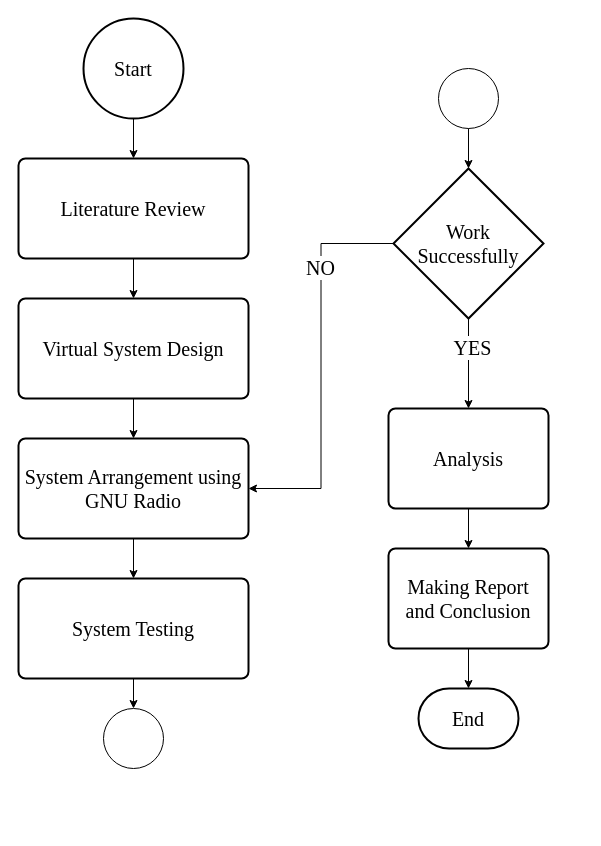
Above: page "Scheme" (2 of 3) of OFDM.drawio in troders34/research (draw.io), before the change. Source tidied: cells renumbered, new cells numbered last; positions are measured from the earlier drawing's top-left corner, leaving out a move shared by most shapes. Both pictures are drawn from the tidied source at 100%, with x=0, y=0 at pixel (18, 18).
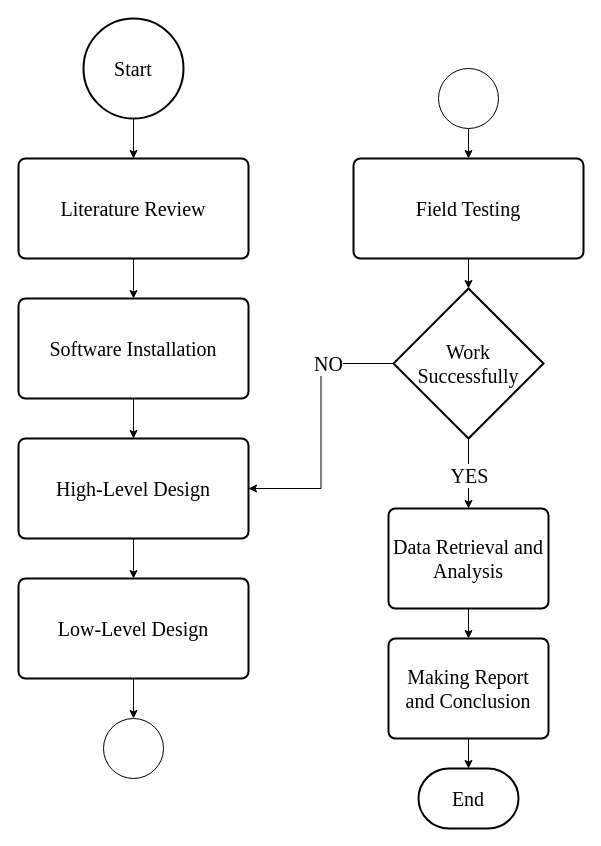
Above is the later version.

Unchanged cells that the change refers to:
```xml
<mxCell id="6" value="Literature Review" style="rounded=1;whiteSpace=wrap;html=1;absoluteArcSize=1;arcSize=14;strokeWidth=2;fontFamily=Times New Roman;fontSize=20;" parent="1" vertex="1">
  <mxGeometry y="140" width="230" height="100" as="geometry" />
</mxCell>
<mxCell id="14" style="edgeStyle=orthogonalEdgeStyle;rounded=0;jettySize=auto;html=1;exitX=0.5;exitY=1;exitDx=0;exitDy=0;exitPerimeter=0;entryX=0.5;entryY=0;entryDx=0;entryDy=0;" parent="1" edge="1" source="16" target="18">
  <mxGeometry relative="1" as="geometry" />
</mxCell>
<mxCell id="22" style="verticalLabelPosition=bottom;verticalAlign=top;html=1;shape=mxgraph.flowchart.on-page_reference;" parent="1" vertex="1">
  <mxGeometry x="420" y="50" width="60" height="60" as="geometry" />
</mxCell>
```

Change to the diagram source:
```diff
@@
     <mxCell id="4" value="End" style="strokeWidth=2;html=1;shape=mxgraph.flowchart.terminator;whiteSpace=wrap;fontFamily=Times New Roman;fontSize=20;" parent="1" vertex="1">
-      <mxGeometry x="400" y="670" width="100" height="60" as="geometry" />
+      <mxGeometry x="400" y="750" width="100" height="60" as="geometry" />
     </mxCell>
-    <mxCell id="5" style="edgeStyle=orthogonalEdgeStyle;rounded=0;jettySize=auto;html=1;exitX=0.5;exitY=1;exitDx=0;exitDy=0;entryX=0.5;entryY=0;entryDx=0;entryDy=0;" parent="1" edge="1" source="6" target="8">
-      <mxGeometry relative="1" as="geometry" />
-    </mxCell>
+    <mxCell id="25" style="edgeStyle=orthogonalEdgeStyle;rounded=0;jettySize=auto;html=1;exitX=0.5;exitY=1;exitDx=0;exitDy=0;entryX=0.5;entryY=0;entryDx=0;entryDy=0;" parent="1" edge="1" source="6" target="28">
+      <mxGeometry relative="1" as="geometry" />
+    </mxCell>
@@
-    <mxCell id="8" value="Virtual System Design" style="rounded=1;whiteSpace=wrap;html=1;absoluteArcSize=1;arcSize=14;strokeWidth=2;fontFamily=Times New Roman;fontSize=20;" parent="1" vertex="1">
-      <mxGeometry y="280" width="230" height="100" as="geometry" />
+    <mxCell id="8" value="High-Level Design" style="rounded=1;whiteSpace=wrap;html=1;absoluteArcSize=1;arcSize=14;strokeWidth=2;fontFamily=Times New Roman;fontSize=20;" parent="1" vertex="1">
+      <mxGeometry y="420" width="230" height="100" as="geometry" />
     </mxCell>
-    <mxCell id="9" style="edgeStyle=orthogonalEdgeStyle;rounded=0;jettySize=auto;html=1;exitX=0.5;exitY=1;exitDx=0;exitDy=0;entryX=0.5;entryY=0;entryDx=0;entryDy=0;" parent="1" edge="1" source="10" target="11">
-      <mxGeometry relative="1" as="geometry" />
-    </mxCell>
-    <mxCell id="10" value="System Arrangement using GNU Radio" style="rounded=1;whiteSpace=wrap;html=1;absoluteArcSize=1;arcSize=14;strokeWidth=2;fontFamily=Times New Roman;fontSize=20;" parent="1" vertex="1">
-      <mxGeometry y="420" width="230" height="100" as="geometry" />
+    <mxCell id="10" value="Low-Level Design" style="rounded=1;whiteSpace=wrap;html=1;absoluteArcSize=1;arcSize=14;strokeWidth=2;fontFamily=Times New Roman;fontSize=20;" parent="1" vertex="1">
+      <mxGeometry y="560" width="230" height="100" as="geometry" />
     </mxCell>
-    <mxCell id="11" value="System Testing" style="rounded=1;whiteSpace=wrap;html=1;absoluteArcSize=1;arcSize=14;strokeWidth=2;fontFamily=Times New Roman;fontSize=20;" parent="1" vertex="1">
-      <mxGeometry y="560" width="230" height="100" as="geometry" />
+    <mxCell id="11" value="Field Testing" style="rounded=1;whiteSpace=wrap;html=1;absoluteArcSize=1;arcSize=14;strokeWidth=2;fontFamily=Times New Roman;fontSize=20;" parent="1" vertex="1">
+      <mxGeometry x="335" y="140" width="230" height="100" as="geometry" />
     </mxCell>
-    <mxCell id="12" style="edgeStyle=orthogonalEdgeStyle;rounded=0;jettySize=auto;html=1;exitX=0;exitY=0.5;exitDx=0;exitDy=0;exitPerimeter=0;entryX=1;entryY=0.5;entryDx=0;entryDy=0;" parent="1" edge="1" source="16" target="10">
+    <mxCell id="12" style="edgeStyle=orthogonalEdgeStyle;rounded=0;jettySize=auto;html=1;exitX=0;exitY=0.5;exitDx=0;exitDy=0;exitPerimeter=0;entryX=1;entryY=0.5;entryDx=0;entryDy=0;" parent="1" edge="1" source="16" target="8">
       <mxGeometry relative="1" as="geometry" />
     </mxCell>
@@
-    <mxCell id="15" value="&lt;font style=&quot;font-size: 20px;&quot; face=&quot;Times New Roman&quot;&gt;YES&lt;/font&gt;" style="edgeLabel;html=1;align=center;verticalAlign=middle;" parent="14" vertex="1">
-      <mxGeometry x="-0.36" y="3" relative="1" as="geometry">
-        <mxPoint y="-1" as="offset" />
-      </mxGeometry>
+    <mxCell id="15" value="YES" style="edgeLabel;html=1;align=center;verticalAlign=middle;fontFamily=Times New Roman;fontSize=20;" parent="14" vertex="1">
+      <mxGeometry x="0.02" relative="1" as="geometry" />
     </mxCell>
     <mxCell id="16" value="Work&lt;div&gt;Successfully&lt;/div&gt;" style="strokeWidth=2;html=1;shape=mxgraph.flowchart.decision;whiteSpace=wrap;fontFamily=Times New Roman;fontSize=20;" parent="1" vertex="1">
-      <mxGeometry x="375" y="150" width="150" height="150" as="geometry" />
+      <mxGeometry x="375" y="270" width="150" height="150" as="geometry" />
     </mxCell>
@@
-    <mxCell id="18" value="Analysis" style="rounded=1;whiteSpace=wrap;html=1;absoluteArcSize=1;arcSize=14;strokeWidth=2;fontFamily=Times New Roman;fontSize=20;" parent="1" vertex="1">
-      <mxGeometry x="370" y="390" width="160" height="100" as="geometry" />
+    <mxCell id="18" value="Data Retrieval and Analysis" style="rounded=1;whiteSpace=wrap;html=1;absoluteArcSize=1;arcSize=14;strokeWidth=2;fontFamily=Times New Roman;fontSize=20;" parent="1" vertex="1">
+      <mxGeometry x="370" y="490" width="160" height="100" as="geometry" />
     </mxCell>
     <mxCell id="19" value="Making Report&lt;div&gt;and Conclusion&lt;/div&gt;" style="rounded=1;whiteSpace=wrap;html=1;absoluteArcSize=1;arcSize=14;strokeWidth=2;fontFamily=Times New Roman;fontSize=20;" parent="1" vertex="1">
-      <mxGeometry x="370" y="530" width="160" height="100" as="geometry" />
+      <mxGeometry x="370" y="620" width="160" height="100" as="geometry" />
     </mxCell>
     <mxCell id="20" style="verticalLabelPosition=bottom;verticalAlign=top;html=1;shape=mxgraph.flowchart.on-page_reference;" parent="1" vertex="1">
-      <mxGeometry x="85" y="690" width="60" height="60" as="geometry" />
+      <mxGeometry x="85" y="700" width="60" height="60" as="geometry" />
     </mxCell>
-    <mxCell id="21" style="edgeStyle=orthogonalEdgeStyle;rounded=0;jettySize=auto;html=1;exitX=0.5;exitY=1;exitDx=0;exitDy=0;entryX=0.5;entryY=0;entryDx=0;entryDy=0;entryPerimeter=0;" parent="1" edge="1" source="11" target="20">
-      <mxGeometry relative="1" as="geometry" />
-    </mxCell>
+    <mxCell id="26" style="edgeStyle=orthogonalEdgeStyle;rounded=0;jettySize=auto;html=1;exitX=0.5;exitY=1;exitDx=0;exitDy=0;exitPerimeter=0;entryX=0.5;entryY=0;entryDx=0;entryDy=0;" parent="1" edge="1" source="22" target="11">
+      <mxGeometry relative="1" as="geometry" />
+    </mxCell>
@@
-    <mxCell id="23" style="edgeStyle=orthogonalEdgeStyle;rounded=0;jettySize=auto;html=1;exitX=0.5;exitY=1;exitDx=0;exitDy=0;exitPerimeter=0;entryX=0.5;entryY=0;entryDx=0;entryDy=0;entryPerimeter=0;" parent="1" edge="1" source="22" target="16">
-      <mxGeometry relative="1" as="geometry" />
-    </mxCell>
@@
+    <mxCell id="27" style="edgeStyle=orthogonalEdgeStyle;rounded=0;jettySize=auto;html=1;exitX=0.5;exitY=1;exitDx=0;exitDy=0;entryX=0.5;entryY=0;entryDx=0;entryDy=0;" parent="1" edge="1" source="28" target="8">
+      <mxGeometry relative="1" as="geometry" />
+    </mxCell>
+    <mxCell id="28" value="Software Installation" style="rounded=1;whiteSpace=wrap;html=1;absoluteArcSize=1;arcSize=14;strokeWidth=2;fontFamily=Times New Roman;fontSize=20;" parent="1" vertex="1">
+      <mxGeometry y="280" width="230" height="100" as="geometry" />
+    </mxCell>
+    <mxCell id="29" style="edgeStyle=orthogonalEdgeStyle;rounded=0;jettySize=auto;html=1;exitX=0.5;exitY=1;exitDx=0;exitDy=0;entryX=0.5;entryY=0;entryDx=0;entryDy=0;entryPerimeter=0;" parent="1" edge="1" source="10" target="20">
+      <mxGeometry relative="1" as="geometry" />
+    </mxCell>
+    <mxCell id="30" style="edgeStyle=orthogonalEdgeStyle;rounded=0;jettySize=auto;html=1;exitX=0.5;exitY=1;exitDx=0;exitDy=0;entryX=0.5;entryY=0;entryDx=0;entryDy=0;entryPerimeter=0;" parent="1" edge="1" source="11" target="16">
+      <mxGeometry relative="1" as="geometry" />
+    </mxCell>
```
